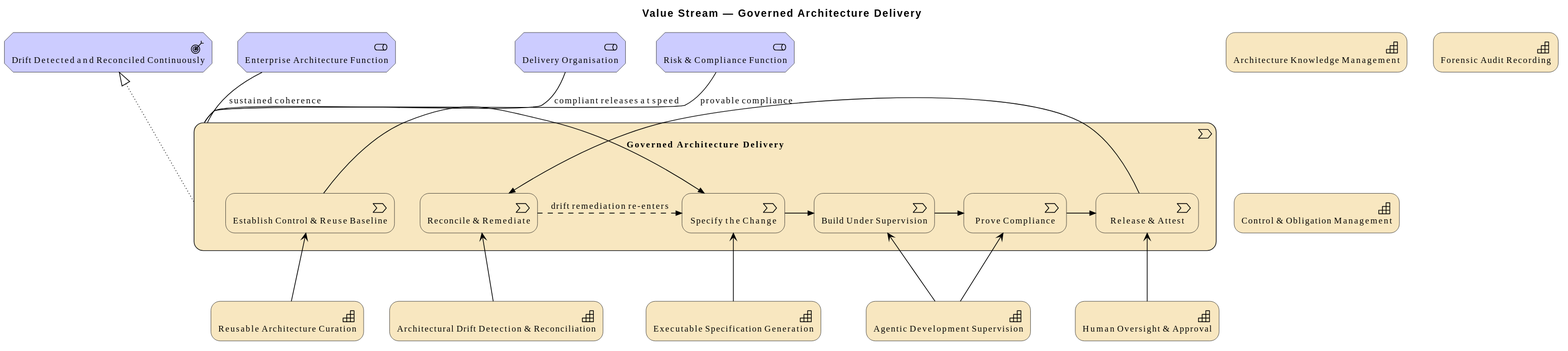
Above: architecture/model/diagrams/vision/6-value-stream.svg in wolffy-au/frictionless-architect (PlantUML), before the change.
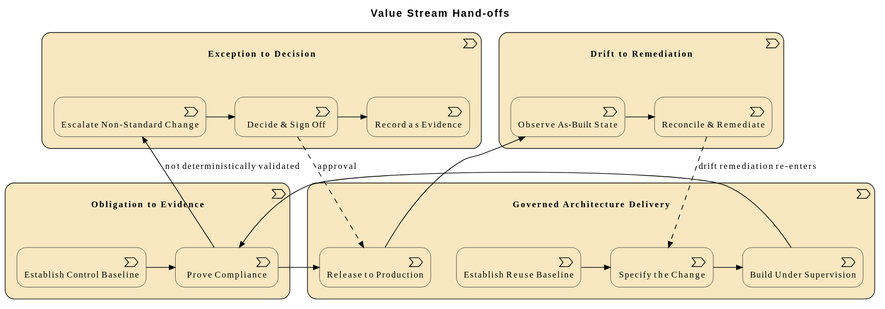
After the change.

The edit, as a diff of the source:
```diff
@@ -1,43 +1,38 @@
 @startuml
 !include <archimate/Archimate>
 
-title Value Stream — Governed Architecture Delivery
+title Value Stream Hand-offs
 
-Motivation_Stakeholder(e_id3bf463ccf22a53, "Enterprise Architecture Function")
-Motivation_Stakeholder(e_idb1fdf098c7c056, "Delivery Organisation")
-Motivation_Stakeholder(e_id133bbac4b3e450, "Risk & Compliance Function")
-Motivation_Outcome(e_id79b6a1e545325d, "Drift Detected and Reconciled Continuously")
-Strategy_Capability(e_id18ec07397a9d5f, "Architecture Knowledge Management")
-Strategy_Capability(e_idafba1b4ab1e756, "Executable Specification Generation")
-Strategy_Capability(e_id4a1c34ab69d151, "Agentic Development Supervision")
-Strategy_Capability(e_idc29413a2099958, "Forensic Audit Recording")
-Strategy_Capability(e_id41aa3eb894c852, "Architectural Drift Detection & Reconciliation")
-Strategy_Capability(e_id08f340a094e552, "Human Oversight & Approval")
-Strategy_Capability(e_id72468b5b403450, "Control & Obligation Management")
-Strategy_Capability(e_id752d1de3794f5f, "Reusable Architecture Curation")
 Strategy_ValueStream(e_idcd5e1d4017725d, "Governed Architecture Delivery") {
-  Strategy_ValueStream(e_id447909387df55c, "Establish Control & Reuse Baseline")
+  Strategy_ValueStream(e_id447909387df55c, "Establish Reuse Baseline")
   Strategy_ValueStream(e_id01dab436206551, "Specify the Change")
   Strategy_ValueStream(e_id36fbfe00214758, "Build Under Supervision")
+  Strategy_ValueStream(e_idf362f39778065d, "Release to Production")
+}
+Strategy_ValueStream(e_id7ee8cdbf8ddc57, "Obligation to Evidence") {
+  Strategy_ValueStream(e_idde40c3d2b32359, "Establish Control Baseline")
   Strategy_ValueStream(e_idb542830057125a, "Prove Compliance")
-  Strategy_ValueStream(e_idf362f39778065d, "Release & Attest")
+}
+Strategy_ValueStream(e_idc55b78731ffe56, "Exception to Decision") {
+  Strategy_ValueStream(e_id57940702bdfc58, "Escalate Non-Standard Change")
+  Strategy_ValueStream(e_id2d06864964375b, "Decide & Sign Off")
+  Strategy_ValueStream(e_iddef15dd937ce53, "Record as Evidence")
+}
+Strategy_ValueStream(e_idfa7e21ab28235c, "Drift to Remediation") {
+  Strategy_ValueStream(e_id12b58c7f12735c, "Observe As-Built State")
   Strategy_ValueStream(e_iddd4585a6a08153, "Reconcile & Remediate")
 }
 
-Rel_Association(e_idb1fdf098c7c056, e_idcd5e1d4017725d, "compliant releases at speed")
-Rel_Association(e_id3bf463ccf22a53, e_idcd5e1d4017725d, "sustained coherence")
-Rel_Association(e_id133bbac4b3e450, e_idcd5e1d4017725d, "provable compliance")
-Rel_Realization_Up(e_idcd5e1d4017725d, e_id79b6a1e545325d, "")
-Rel_Serving_Up(e_id752d1de3794f5f, e_id447909387df55c, "")
-Rel_Serving_Up(e_idafba1b4ab1e756, e_id01dab436206551, "")
-Rel_Serving_Up(e_id4a1c34ab69d151, e_id36fbfe00214758, "")
-Rel_Serving_Up(e_id4a1c34ab69d151, e_idb542830057125a, "")
-Rel_Serving_Up(e_id08f340a094e552, e_idf362f39778065d, "")
-Rel_Serving_Up(e_id41aa3eb894c852, e_iddd4585a6a08153, "")
 Rel_Triggering_Right(e_id447909387df55c, e_id01dab436206551, "")
 Rel_Triggering_Right(e_id01dab436206551, e_id36fbfe00214758, "")
+Rel_Triggering_Right(e_idde40c3d2b32359, e_idb542830057125a, "")
+Rel_Triggering_Right(e_id57940702bdfc58, e_id2d06864964375b, "")
+Rel_Triggering_Right(e_id2d06864964375b, e_iddef15dd937ce53, "")
+Rel_Triggering_Right(e_id12b58c7f12735c, e_iddd4585a6a08153, "")
 Rel_Triggering_Right(e_id36fbfe00214758, e_idb542830057125a, "")
 Rel_Triggering_Right(e_idb542830057125a, e_idf362f39778065d, "")
-Rel_Triggering_Right(e_idf362f39778065d, e_iddd4585a6a08153, "")
-Rel_Flow_Right(e_iddd4585a6a08153, e_id01dab436206551, "drift remediation re-enters")
+Rel_Triggering_Right(e_idb542830057125a, e_id57940702bdfc58, "not deterministically validated")
+Rel_Flow(e_id2d06864964375b, e_idf362f39778065d, "approval")
+Rel_Triggering_Right(e_idf362f39778065d, e_id12b58c7f12735c, "")
+Rel_Flow(e_iddd4585a6a08153, e_id01dab436206551, "drift remediation re-enters")
 @enduml
```
